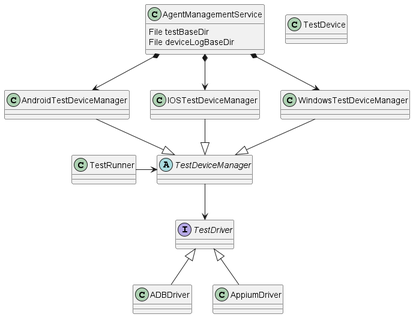
This is docs/images/UML/agent_device_management_design.png from microsoft/HydraLab, a PlantUML export, as it was before one commit.
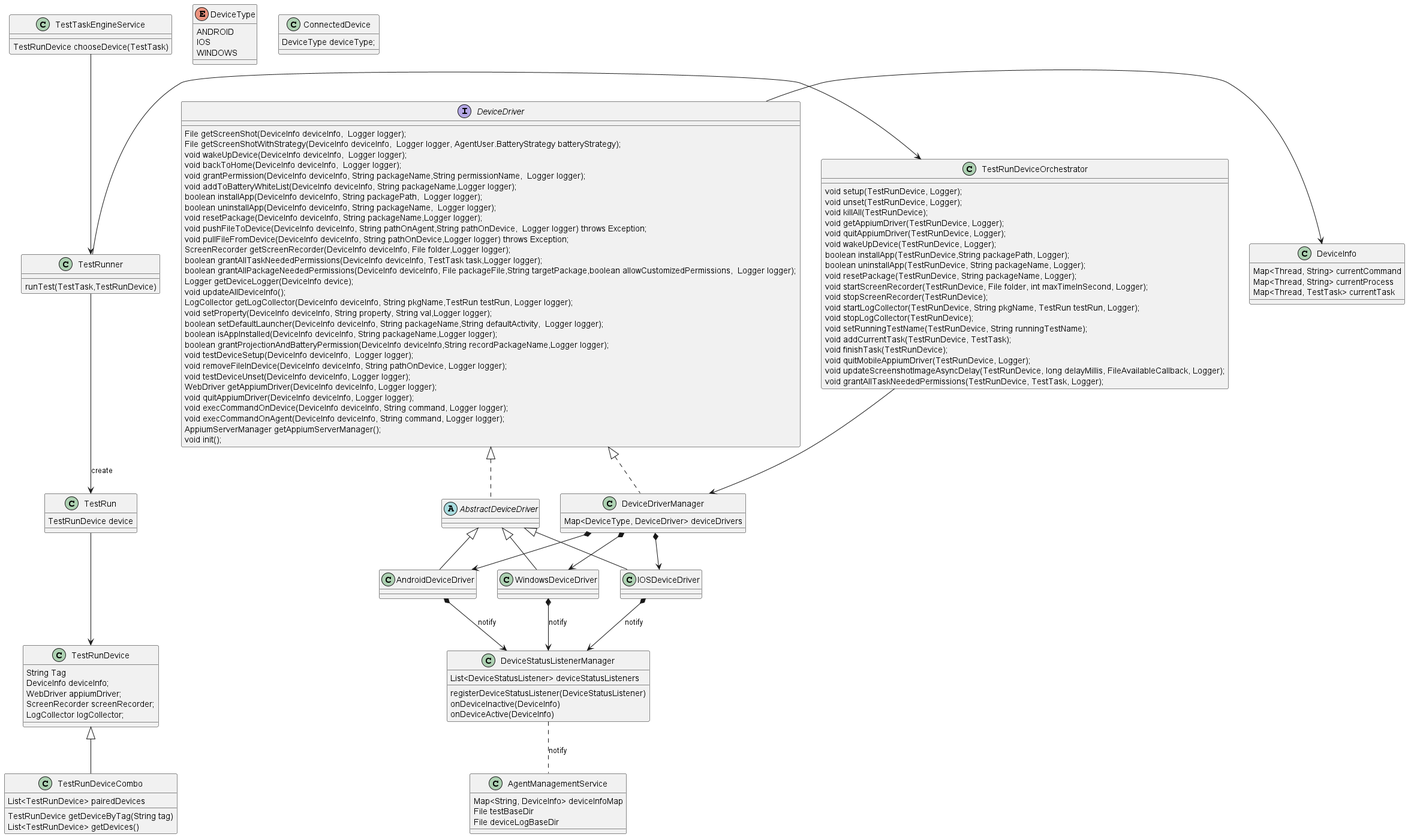
After the change.

Change to the diagram source:
```diff
@@ -1,29 +1,135 @@
 @startuml
+enum DeviceType{
+    ANDROID
+    IOS
+    WINDOWS
+}
+
+class ConnectedDevice{
+    DeviceType deviceType;
+}
 
 class AgentManagementService {
+    Map<String, DeviceInfo> deviceInfoMap
     File testBaseDir
     File deviceLogBaseDir
 }
-class TestDevice
-abstract class TestDeviceManager
-class AndroidTestDeviceManager
-class IOSTestDeviceManager
-class WindowsTestDeviceManager
+class DeviceStatusListenerManager{
+    List<DeviceStatusListener> deviceStatusListeners
+    registerDeviceStatusListener(DeviceStatusListener)
+    onDeviceInactive(DeviceInfo)
+    onDeviceActive(DeviceInfo)
+}
+class TestTaskEngineService{
+    TestRunDevice chooseDevice(TestTask)
+}
 
-interface TestDriver
 
-AndroidTestDeviceManager --|> TestDeviceManager
-IOSTestDeviceManager --|> TestDeviceManager
-WindowsTestDeviceManager --|> TestDeviceManager
+class DeviceInfo{
+    Map<Thread, String> currentCommand
+    Map<Thread, String> currentProcess
+    Map<Thread, TestTask> currentTask
+}
 
-AgentManagementService *--> AndroidTestDeviceManager
-AgentManagementService *--> IOSTestDeviceManager
-AgentManagementService *--> WindowsTestDeviceManager
+class TestRunDeviceOrchestrator{
+    void setup(TestRunDevice, Logger);
+    void unset(TestRunDevice, Logger);
+    void killAll(TestRunDevice);
+    void getAppiumDriver(TestRunDevice, Logger);
+    void quitAppiumDriver(TestRunDevice, Logger);
+    void wakeUpDevice(TestRunDevice, Logger);
+    boolean installApp(TestRunDevice,String packagePath, Logger);
+    boolean uninstallApp(TestRunDevice, String packageName, Logger);
+    void resetPackage(TestRunDevice, String packageName, Logger);
+    void startScreenRecorder(TestRunDevice, File folder, int maxTimeInSecond, Logger);
+    void stopScreenRecorder(TestRunDevice);
+    void startLogCollector(TestRunDevice, String pkgName, TestRun testRun, Logger);
+    void stopLogCollector(TestRunDevice);
+    void setRunningTestName(TestRunDevice, String runningTestName);
+    void addCurrentTask(TestRunDevice, TestTask);
+    void finishTask(TestRunDevice);
+    void quitMobileAppiumDriver(TestRunDevice, Logger);
+    void updateScreenshotImageAsyncDelay(TestRunDevice, long delayMillis, FileAvailableCallback, Logger);
+    void grantAllTaskNeededPermissions(TestRunDevice, TestTask, Logger);
+}
 
-TestDeviceManager --> TestDriver
 
-ADBDriver -u-|> TestDriver
-AppiumDriver -u-|> TestDriver
+class TestRunDevice{
+    String Tag
+    DeviceInfo deviceInfo;
+    WebDriver appiumDriver;
+    ScreenRecorder screenRecorder;
+    LogCollector logCollector;
+}
 
-TestRunner -r-> TestDeviceManager
+class TestRunDeviceCombo extends TestRunDevice{
+    List<TestRunDevice> pairedDevices
+    TestRunDevice getDeviceByTag(String tag)
+    List<TestRunDevice> getDevices()
+}
+Class TestRun{
+    TestRunDevice device
+}
+class TestRunner{
+    runTest(TestTask,TestRunDevice)
+}
+
+interface DeviceDriver{
+      File getScreenShot(DeviceInfo deviceInfo,  Logger logger);
+      File getScreenShotWithStrategy(DeviceInfo deviceInfo,  Logger logger, AgentUser.BatteryStrategy batteryStrategy);
+      void wakeUpDevice(DeviceInfo deviceInfo,  Logger logger);
+      void backToHome(DeviceInfo deviceInfo,  Logger logger);
+      void grantPermission(DeviceInfo deviceInfo, String packageName,String permissionName,  Logger logger);
+      void addToBatteryWhiteList(DeviceInfo deviceInfo, String packageName,Logger logger);
+      boolean installApp(DeviceInfo deviceInfo, String packagePath,  Logger logger);
+      boolean uninstallApp(DeviceInfo deviceInfo, String packageName,  Logger logger);
+      void resetPackage(DeviceInfo deviceInfo, String packageName,Logger logger);
+      void pushFileToDevice(DeviceInfo deviceInfo, String pathOnAgent,String pathOnDevice,  Logger logger) throws Exception;
+      void pullFileFromDevice(DeviceInfo deviceInfo, String pathOnDevice,Logger logger) throws Exception;
+      ScreenRecorder getScreenRecorder(DeviceInfo deviceInfo, File folder,Logger logger);
+      boolean grantAllTaskNeededPermissions(DeviceInfo deviceInfo, TestTask task,Logger logger);
+      boolean grantAllPackageNeededPermissions(DeviceInfo deviceInfo, File packageFile,String targetPackage,boolean allowCustomizedPermissions,  Logger logger);
+      Logger getDeviceLogger(DeviceInfo device);
+      void updateAllDeviceInfo();
+      LogCollector getLogCollector(DeviceInfo deviceInfo, String pkgName,TestRun testRun, Logger logger);
+      void setProperty(DeviceInfo deviceInfo, String property, String val,Logger logger);
+      boolean setDefaultLauncher(DeviceInfo deviceInfo, String packageName,String defaultActivity,  Logger logger);
+      boolean isAppInstalled(DeviceInfo deviceInfo, String packageName,Logger logger);
+      boolean grantProjectionAndBatteryPermission(DeviceInfo deviceInfo,String recordPackageName,Logger logger);
+      void testDeviceSetup(DeviceInfo deviceInfo,  Logger logger);
+      void removeFileInDevice(DeviceInfo deviceInfo, String pathOnDevice, Logger logger);
+      void testDeviceUnset(DeviceInfo deviceInfo, Logger logger);
+      WebDriver getAppiumDriver(DeviceInfo deviceInfo, Logger logger);
+      void quitAppiumDriver(DeviceInfo deviceInfo, Logger logger);
+      void execCommandOnDevice(DeviceInfo deviceInfo, String command, Logger logger);
+      void execCommandOnAgent(DeviceInfo deviceInfo, String command, Logger logger);
+      AppiumServerManager getAppiumServerManager();
+      void init();
+}
+class DeviceDriverManager implements DeviceDriver{
+    Map<DeviceType, DeviceDriver> deviceDrivers
+}
+abstract class AbstractDeviceDriver implements DeviceDriver
+class AndroidDeviceDriver extends AbstractDeviceDriver
+class IOSDeviceDriver   extends AbstractDeviceDriver
+class WindowsDeviceDriver extends AbstractDeviceDriver
+
+TestRunner --> TestRun : create
+TestRun ---> TestRunDevice
+TestRunner -r--> TestRunDeviceOrchestrator
+
+TestRunDeviceOrchestrator --> DeviceDriverManager
+
+TestTaskEngineService --> TestRunner
+
+DeviceDriver -> DeviceInfo
+DeviceDriverManager *--> AndroidDeviceDriver
+DeviceDriverManager *--> IOSDeviceDriver
+DeviceDriverManager *--> WindowsDeviceDriver
+AndroidDeviceDriver *--> DeviceStatusListenerManager : notify
+IOSDeviceDriver *--> DeviceStatusListenerManager : notify
+WindowsDeviceDriver *--> DeviceStatusListenerManager : notify
+
+DeviceStatusListenerManager .. AgentManagementService : notify
+
 @enduml
```
